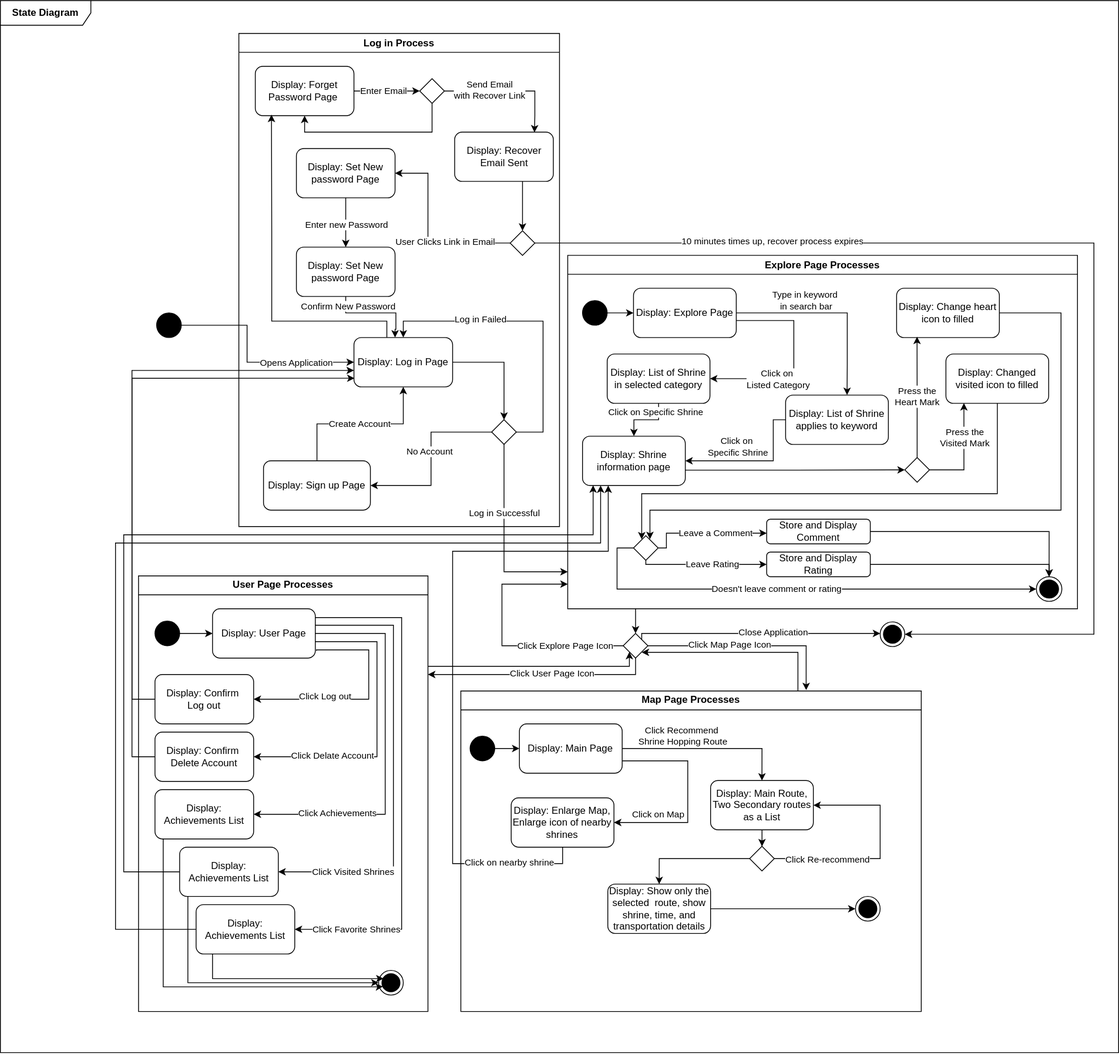
This is docs/assets/images/diagrams/state.drawio.svg from LeoLin930104/PBL3, a draw.io export, as it was before one commit. Source tidied: cells renumbered, new cells last; positions are measured from the earlier drawing's top-left corner, leaving out a move shared by most shapes.
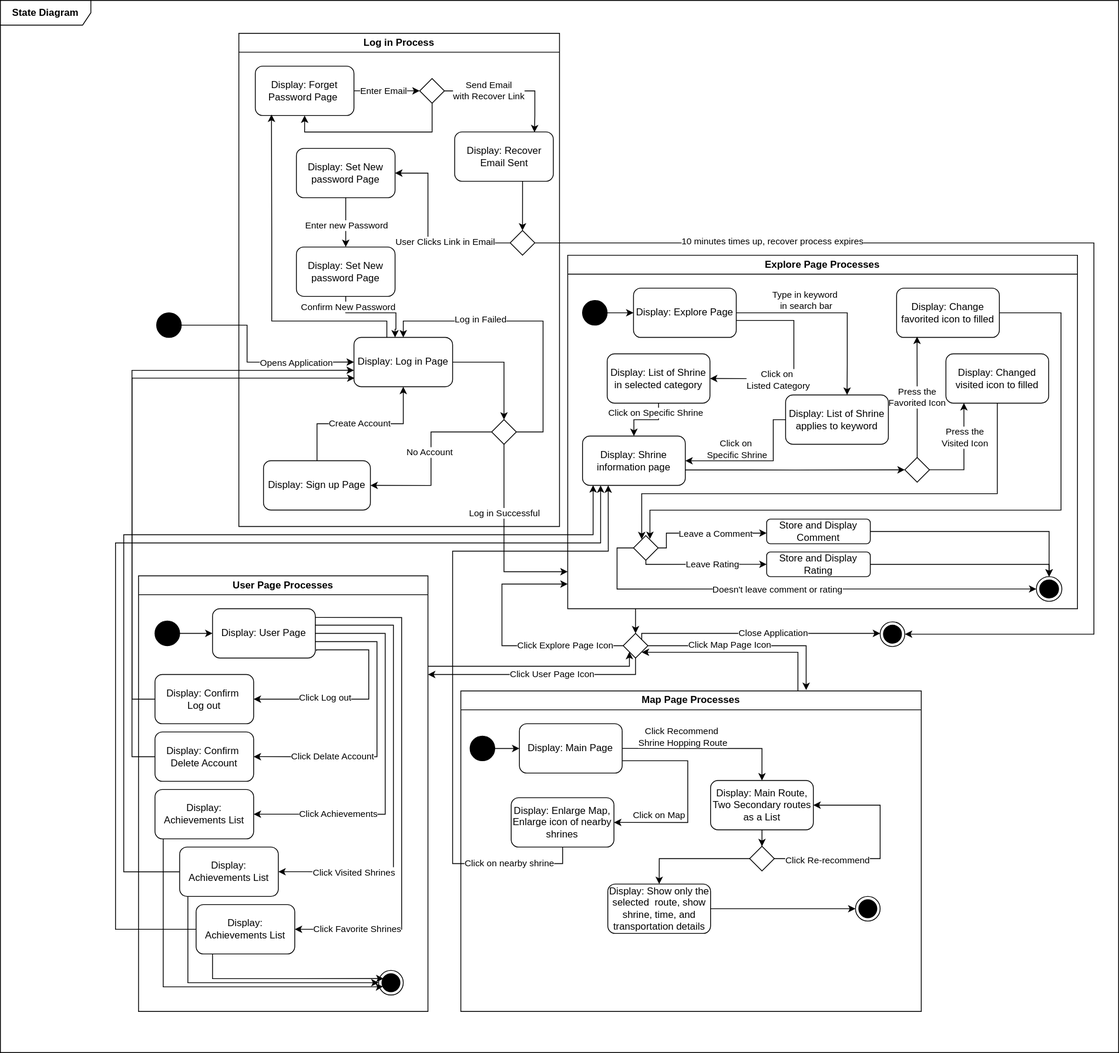
Later version of the same file.

Diff of the diagram source:
```diff
@@ -456,11 +456,11 @@
         </Array>
       </mxGeometry>
     </mxCell>
-    <mxCell id="97" value="Display: Change heart icon to filled" style="rounded=1;whiteSpace=wrap;html=1;" parent="67" vertex="1">
+    <mxCell id="97" value="Display: Change favorited icon to filled" style="rounded=1;whiteSpace=wrap;html=1;" parent="67" vertex="1">
       <mxGeometry x="400" y="40" width="125" height="60" as="geometry" />
     </mxCell>
-    <mxCell id="98" value="Press the&lt;div&gt;Heart Mark&lt;/div&gt;" style="edgeStyle=orthogonalEdgeStyle;rounded=0;jettySize=auto;html=1;entryX=0.199;entryY=0.983;entryDx=0;entryDy=0;entryPerimeter=0;" parent="67" edge="1" source="95" target="97">
-      <mxGeometry relative="1" as="geometry" />
+    <mxCell id="98" value="Press the&lt;div&gt;Favorited Icon&lt;/div&gt;" style="edgeStyle=orthogonalEdgeStyle;rounded=0;jettySize=auto;html=1;entryX=0.199;entryY=0.983;entryDx=0;entryDy=0;entryPerimeter=0;" parent="67" edge="1" source="95" target="97">
+      <mxGeometry x="-0.01" relative="1" as="geometry" />
     </mxCell>
     <mxCell id="99" style="edgeStyle=orthogonalEdgeStyle;rounded=0;jettySize=auto;html=1;entryX=0.333;entryY=0.152;entryDx=0;entryDy=0;entryPerimeter=0;" parent="67" edge="1" source="100" target="88">
       <mxGeometry relative="1" as="geometry">
@@ -476,7 +476,7 @@
     <mxCell id="101" style="edgeStyle=orthogonalEdgeStyle;rounded=0;jettySize=auto;html=1;entryX=0.175;entryY=0.996;entryDx=0;entryDy=0;entryPerimeter=0;" parent="67" edge="1" source="95" target="100">
       <mxGeometry relative="1" as="geometry" />
     </mxCell>
-    <mxCell id="102" value="Press the&lt;div&gt;Visited Mark&lt;/div&gt;" style="edgeLabel;html=1;align=center;verticalAlign=middle;" parent="101" vertex="1">
+    <mxCell id="102" value="Press the&lt;div&gt;Visited Icon&lt;/div&gt;" style="edgeLabel;html=1;align=center;verticalAlign=middle;" parent="101" vertex="1">
       <mxGeometry x="0.31" y="-1" relative="1" as="geometry" />
     </mxCell>
     <mxCell id="103" style="edgeStyle=orthogonalEdgeStyle;rounded=0;jettySize=auto;html=1;entryX=1;entryY=1;entryDx=0;entryDy=0;" parent="1" edge="1" source="104" target="65">
```
